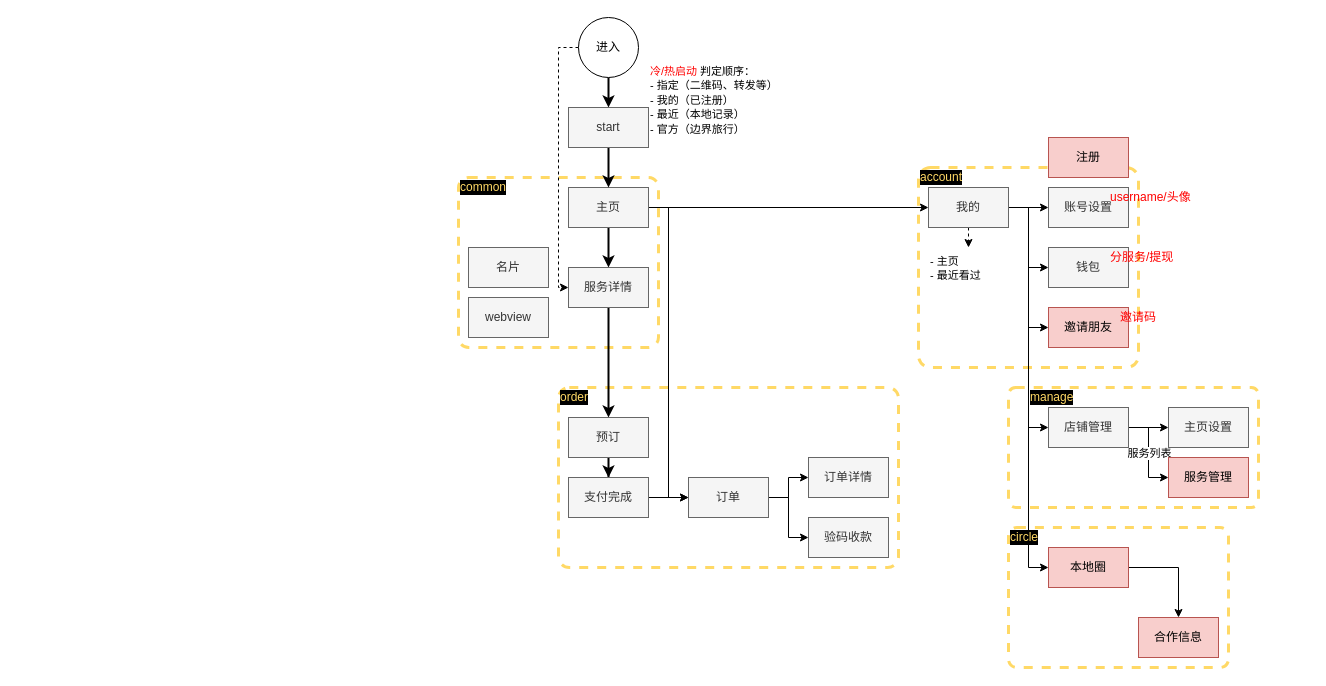
This is bluedge.drawio from sunkeyfong/flowcharts, a draw.io file, before an edit. Source tidied: cells renumbered, new cells numbered last; positions are measured from the earlier drawing's top-left corner, leaving out a move shared by most shapes. Both pictures are drawn from the tidied source at 100%, with x=0, y=0 at pixel (458, 17).
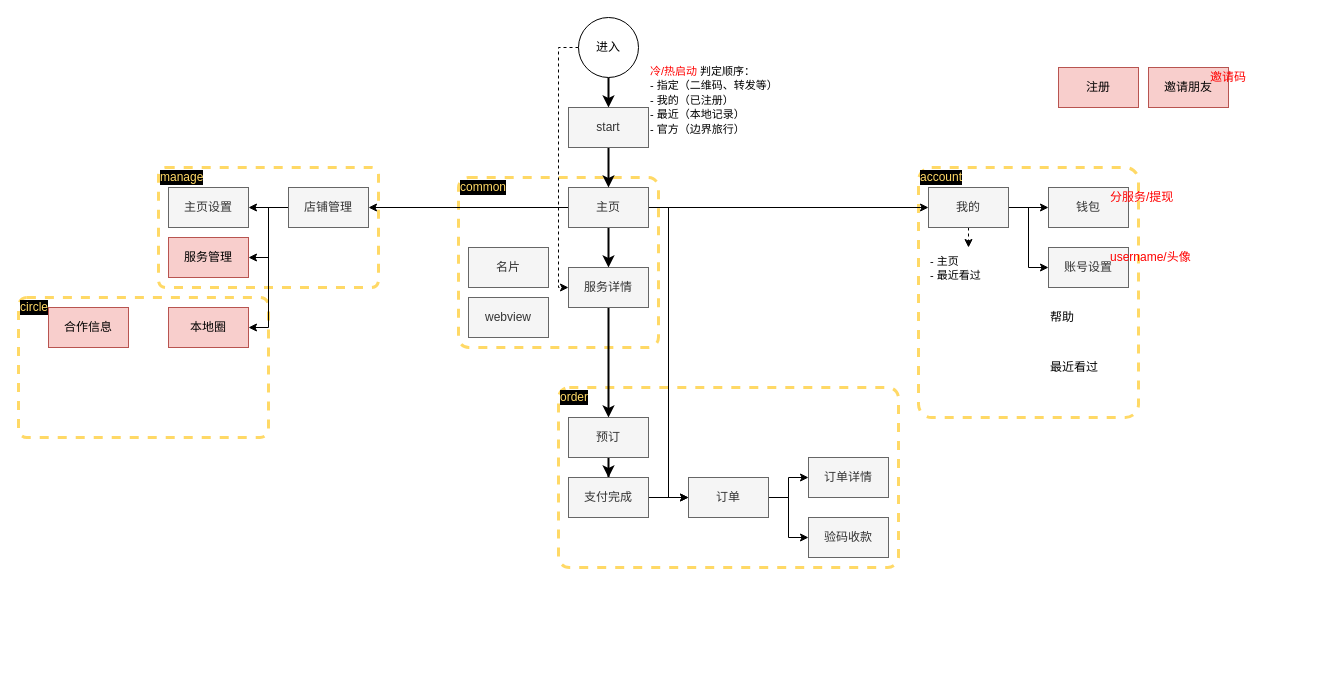
The same diagram, later.

The change refers to these unchanged cells:
```xml
<mxCell id="13" value="主页" style="rounded=0;whiteSpace=wrap;html=1;fillColor=#f5f5f5;strokeColor=#666666;fontColor=#333333;" parent="1" vertex="1">
  <mxGeometry x="110" y="170" width="80" height="40" as="geometry" />
</mxCell>
<mxCell id="23" value="我的" style="rounded=0;whiteSpace=wrap;html=1;fillColor=#f5f5f5;strokeColor=#666666;fontColor=#333333;" parent="1" vertex="1">
  <mxGeometry x="470" y="170" width="80" height="40" as="geometry" />
</mxCell>
```

Diff of the diagram source:
```diff
@@
     <mxCell id="2" style="rounded=1;whiteSpace=wrap;html=1;fillColor=none;dashed=1;sketch=0;arcSize=6;strokeColor=#FFD966;strokeWidth=3;" parent="1" vertex="1">
-      <mxGeometry x="550" y="510" width="220" height="140" as="geometry" />
+      <mxGeometry x="-440" y="280" width="250" height="140" as="geometry" />
     </mxCell>
     <mxCell id="3" style="rounded=1;whiteSpace=wrap;html=1;fillColor=none;dashed=1;sketch=0;arcSize=6;strokeColor=#FFD966;strokeWidth=3;" parent="1" vertex="1">
-      <mxGeometry x="460" y="150" width="220" height="200" as="geometry" />
+      <mxGeometry x="460" y="150" width="220" height="250" as="geometry" />
     </mxCell>
     <mxCell id="4" style="rounded=1;whiteSpace=wrap;html=1;fillColor=none;dashed=1;sketch=0;arcSize=6;strokeColor=#FFD966;strokeWidth=3;" parent="1" vertex="1">
-      <mxGeometry x="550" y="370" width="250" height="120" as="geometry" />
+      <mxGeometry x="-300" y="150" width="220" height="120" as="geometry" />
     </mxCell>
@@
+    <mxCell id="59" style="edgeStyle=orthogonalEdgeStyle;rounded=0;jettySize=auto;html=1;exitX=0;exitY=0.5;exitDx=0;exitDy=0;entryX=1;entryY=0.5;entryDx=0;entryDy=0;fontColor=#000000;" parent="1" edge="1" source="13" target="35">
+      <mxGeometry relative="1" as="geometry" />
+    </mxCell>
@@
-    <mxCell id="20" style="edgeStyle=orthogonalEdgeStyle;rounded=0;jettySize=auto;html=1;exitX=1;exitY=0.5;exitDx=0;exitDy=0;entryX=0;entryY=0.5;entryDx=0;entryDy=0;fontColor=#33FF33;" parent="1" edge="1" source="23" target="43">
-      <mxGeometry relative="1" as="geometry" />
-    </mxCell>
-    <mxCell id="21" style="edgeStyle=orthogonalEdgeStyle;rounded=0;jettySize=auto;html=1;exitX=1;exitY=0.5;exitDx=0;exitDy=0;entryX=0;entryY=0.5;entryDx=0;entryDy=0;" parent="1" edge="1" source="23" target="35">
-      <mxGeometry relative="1" as="geometry" />
-    </mxCell>
-    <mxCell id="22" style="edgeStyle=orthogonalEdgeStyle;rounded=0;jettySize=auto;html=1;exitX=1;exitY=0.5;exitDx=0;exitDy=0;entryX=0;entryY=0.5;entryDx=0;entryDy=0;" parent="1" edge="1" source="23" target="42">
-      <mxGeometry relative="1" as="geometry" />
-    </mxCell>
@@
-    <mxCell id="32" style="edgeStyle=orthogonalEdgeStyle;rounded=0;jettySize=auto;html=1;exitX=1;exitY=0.5;exitDx=0;exitDy=0;entryX=0;entryY=0.5;entryDx=0;entryDy=0;" parent="1" edge="1" source="35" target="40">
+    <mxCell id="32" style="edgeStyle=orthogonalEdgeStyle;rounded=0;jettySize=auto;html=1;exitX=0;exitY=0.5;exitDx=0;exitDy=0;entryX=1;entryY=0.5;entryDx=0;entryDy=0;fontColor=#000000;" parent="1" edge="1" source="35" target="40">
       <mxGeometry relative="1" as="geometry" />
     </mxCell>
-    <mxCell id="33" style="edgeStyle=orthogonalEdgeStyle;rounded=0;jettySize=auto;html=1;exitX=1;exitY=0.5;exitDx=0;exitDy=0;entryX=0;entryY=0.5;entryDx=0;entryDy=0;" parent="1" edge="1" source="35" target="36">
+    <mxCell id="33" style="edgeStyle=orthogonalEdgeStyle;rounded=0;jettySize=auto;html=1;exitX=0;exitY=0.5;exitDx=0;exitDy=0;entryX=1;entryY=0.5;entryDx=0;entryDy=0;fontColor=#000000;" parent="1" edge="1" source="35" target="36">
       <mxGeometry relative="1" as="geometry" />
     </mxCell>
-    <mxCell id="34" value="服务列表" style="edgeLabel;html=1;align=center;verticalAlign=middle;" parent="33" vertex="1">
-      <mxGeometry relative="1" as="geometry" />
-    </mxCell>
+    <mxCell id="60" style="edgeStyle=orthogonalEdgeStyle;rounded=0;jettySize=auto;html=1;exitX=0;exitY=0.5;exitDx=0;exitDy=0;entryX=1;entryY=0.5;entryDx=0;entryDy=0;fontColor=#000000;" parent="1" edge="1" source="35" target="42">
+      <mxGeometry relative="1" as="geometry" />
+    </mxCell>
     <mxCell id="35" value="店铺管理" style="rounded=0;whiteSpace=wrap;html=1;fillColor=#f5f5f5;strokeColor=#666666;fontColor=#333333;" parent="1" vertex="1">
-      <mxGeometry x="590" y="390" width="80" height="40" as="geometry" />
+      <mxGeometry x="-170" y="170" width="80" height="40" as="geometry" />
     </mxCell>
     <mxCell id="36" value="服务管理" style="rounded=0;whiteSpace=wrap;html=1;fillColor=#f8cecc;strokeColor=#b85450;" parent="1" vertex="1">
-      <mxGeometry x="710" y="440" width="80" height="40" as="geometry" />
+      <mxGeometry x="-290" y="220" width="80" height="40" as="geometry" />
     </mxCell>
     <mxCell id="37" value="账号设置" style="rounded=0;whiteSpace=wrap;html=1;fillColor=#f5f5f5;strokeColor=#666666;fontColor=#333333;" parent="1" vertex="1">
-      <mxGeometry x="590" y="170" width="80" height="40" as="geometry" />
+      <mxGeometry x="590" y="230" width="80" height="40" as="geometry" />
     </mxCell>
@@
     <mxCell id="39" value="钱包" style="rounded=0;whiteSpace=wrap;html=1;fillColor=#f5f5f5;strokeColor=#666666;fontColor=#333333;" parent="1" vertex="1">
-      <mxGeometry x="590" y="230" width="80" height="40" as="geometry" />
+      <mxGeometry x="590" y="170" width="80" height="40" as="geometry" />
     </mxCell>
     <mxCell id="40" value="主页设置" style="rounded=0;whiteSpace=wrap;html=1;fillColor=#f5f5f5;strokeColor=#666666;fontColor=#333333;" parent="1" vertex="1">
-      <mxGeometry x="710" y="390" width="80" height="40" as="geometry" />
+      <mxGeometry x="-290" y="170" width="80" height="40" as="geometry" />
     </mxCell>
-    <mxCell id="41" style="edgeStyle=orthogonalEdgeStyle;rounded=0;jettySize=auto;html=1;fontColor=#33FF33;" parent="1" edge="1" source="42" target="46">
-      <mxGeometry relative="1" as="geometry" />
-    </mxCell>
     <mxCell id="42" value="本地圈" style="rounded=0;whiteSpace=wrap;html=1;fillColor=#f8cecc;strokeColor=#b85450;" parent="1" vertex="1">
-      <mxGeometry x="590" y="530" width="80" height="40" as="geometry" />
+      <mxGeometry x="-290" y="290" width="80" height="40" as="geometry" />
     </mxCell>
     <mxCell id="43" value="邀请朋友" style="rounded=0;whiteSpace=wrap;html=1;glass=0;shadow=0;fillColor=#f8cecc;strokeColor=#b85450;" parent="1" vertex="1">
-      <mxGeometry x="590" y="290" width="80" height="40" as="geometry" />
+      <mxGeometry x="690" y="50" width="80" height="40" as="geometry" />
     </mxCell>
@@
     <mxCell id="46" value="合作信息" style="rounded=0;whiteSpace=wrap;html=1;fillColor=#f8cecc;strokeColor=#b85450;" parent="1" vertex="1">
-      <mxGeometry x="680" y="600" width="80" height="40" as="geometry" />
+      <mxGeometry x="-410" y="290" width="80" height="40" as="geometry" />
     </mxCell>
     <mxCell id="47" value="username/头像" style="text;html=1;strokeColor=none;fillColor=none;align=left;verticalAlign=middle;whiteSpace=wrap;rounded=0;dashed=1;sketch=0;fontColor=#FF0000;" parent="1" vertex="1">
-      <mxGeometry x="650" y="170" width="100" height="20" as="geometry" />
+      <mxGeometry x="650" y="230" width="100" height="20" as="geometry" />
     </mxCell>
     <mxCell id="48" value="分服务/提现" style="text;html=1;strokeColor=none;fillColor=none;align=left;verticalAlign=middle;whiteSpace=wrap;rounded=0;dashed=1;sketch=0;fontColor=#FF0000;" parent="1" vertex="1">
-      <mxGeometry x="650" y="230" width="100" height="20" as="geometry" />
+      <mxGeometry x="650" y="170" width="100" height="20" as="geometry" />
     </mxCell>
     <mxCell id="49" value="邀请码" style="text;html=1;strokeColor=none;fillColor=none;align=left;verticalAlign=middle;whiteSpace=wrap;rounded=0;dashed=1;sketch=0;fontColor=#FF0000;" parent="1" vertex="1">
-      <mxGeometry x="660" y="290" width="100" height="20" as="geometry" />
+      <mxGeometry x="750" y="50" width="100" height="20" as="geometry" />
     </mxCell>
     <mxCell id="50" value="注册" style="rounded=0;whiteSpace=wrap;html=1;fillColor=#f8cecc;strokeColor=#b85450;" parent="1" vertex="1">
-      <mxGeometry x="590" y="120" width="80" height="40" as="geometry" />
+      <mxGeometry x="600" y="50" width="80" height="40" as="geometry" />
     </mxCell>
@@
     <mxCell id="56" value="manage" style="text;html=1;strokeColor=none;fillColor=none;align=left;verticalAlign=middle;whiteSpace=wrap;rounded=0;dashed=1;sketch=0;fontColor=#FFD966;labelBackgroundColor=#000000;" parent="1" vertex="1">
-      <mxGeometry x="570" y="370" width="100" height="20" as="geometry" />
+      <mxGeometry x="-300" y="150" width="100" height="20" as="geometry" />
     </mxCell>
@@
     <mxCell id="58" value="circle" style="text;html=1;strokeColor=none;fillColor=none;align=left;verticalAlign=middle;whiteSpace=wrap;rounded=0;dashed=1;sketch=0;fontColor=#FFD966;labelBackgroundColor=#000000;" parent="1" vertex="1">
-      <mxGeometry x="550" y="510" width="100" height="20" as="geometry" />
+      <mxGeometry x="-440" y="280" width="100" height="20" as="geometry" />
     </mxCell>
+    <mxCell id="61" value="最近看过" style="text;html=1;strokeColor=none;fillColor=none;align=left;verticalAlign=middle;whiteSpace=wrap;rounded=0;dashed=1;sketch=0;" parent="1" vertex="1">
+      <mxGeometry x="590" y="340" width="60" height="20" as="geometry" />
+    </mxCell>
+    <mxCell id="62" value="帮助" style="text;html=1;strokeColor=none;fillColor=none;align=left;verticalAlign=middle;whiteSpace=wrap;rounded=0;dashed=1;sketch=0;" parent="1" vertex="1">
+      <mxGeometry x="590" y="290" width="60" height="20" as="geometry" />
+    </mxCell>
```
